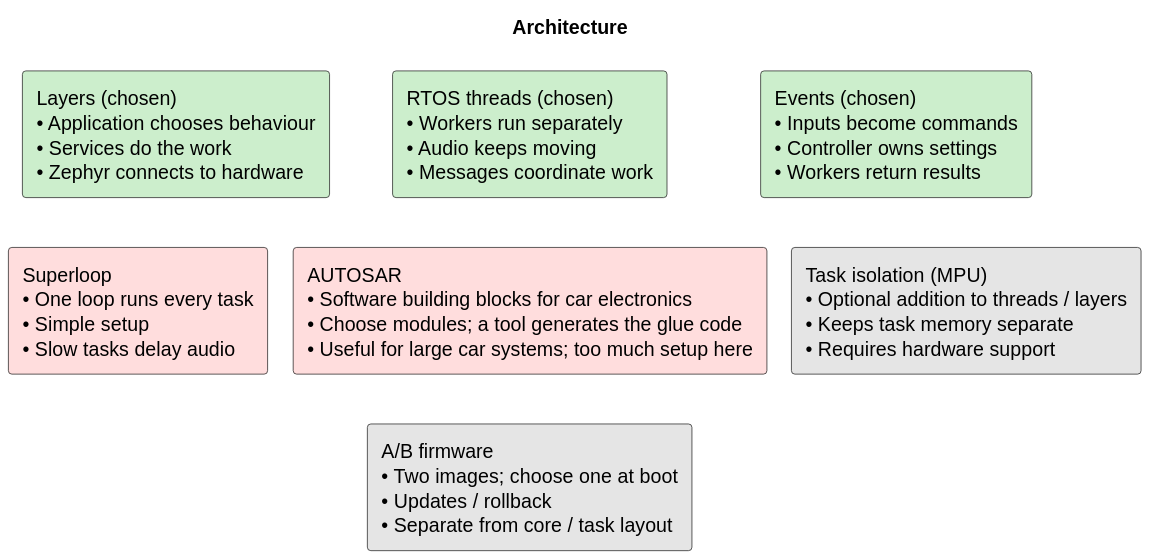
Above: Development/system/architecture/rendered/architecture_choice.svg in DemonicPsychoII/DigitalStethoscope (PlantUML), before the change. Source of this version:
```plantuml
@startuml
!pragma layout smetana
skinparam shadowing false
skinparam component {
 BackgroundColor<<optional>> #EEEEEE
 BorderColor<<optional>> #888888
 FontColor<<optional>> #666666
}
skinparam artifact {
 BackgroundColor<<optional>> #EEEEEE
 BorderColor<<optional>> #888888
 FontColor<<optional>> #666666
}
skinparam componentStyle rectangle
skinparam defaultFontName SansSerif
title Architecture
top to bottom direction
component "Layers (chosen)\n• Application chooses behaviour\n• Services do the work\n• Zephyr connects to hardware" as layers #CCEECC
component "RTOS threads (chosen)\n• Workers run separately\n• Audio keeps moving\n• Messages coordinate work" as rt #CCEECC
component "Events (chosen)\n• Inputs become commands\n• Controller owns settings\n• Workers return results" as events #CCEECC
component "Superloop\n• One loop runs every task\n• Simple setup\n• Slow tasks delay audio" as loop #FFDDDD
component "AUTOSAR\n• Software building blocks for car electronics\n• Choose modules; a tool generates the glue code\n• Useful for large car systems; too much setup here" as auto #FFDDDD
component "Task isolation (MPU)\n• Optional addition to threads / layers\n• Keeps task memory separate\n• Requires hardware support" as mpu #E5E5E5
layers -[hidden]right-> rt
rt -[hidden]right-> events
layers -[hidden]down-> loop
rt -[hidden]down-> auto
events -[hidden]down-> mpu
loop -[hidden]right-> auto
auto -[hidden]right-> mpu
component "A/B firmware\n• Two images; choose one at boot\n• Updates / rollback\n• Separate from core / task layout" as ab #E5E5E5
auto -[hidden]down-> ab
@enduml
```
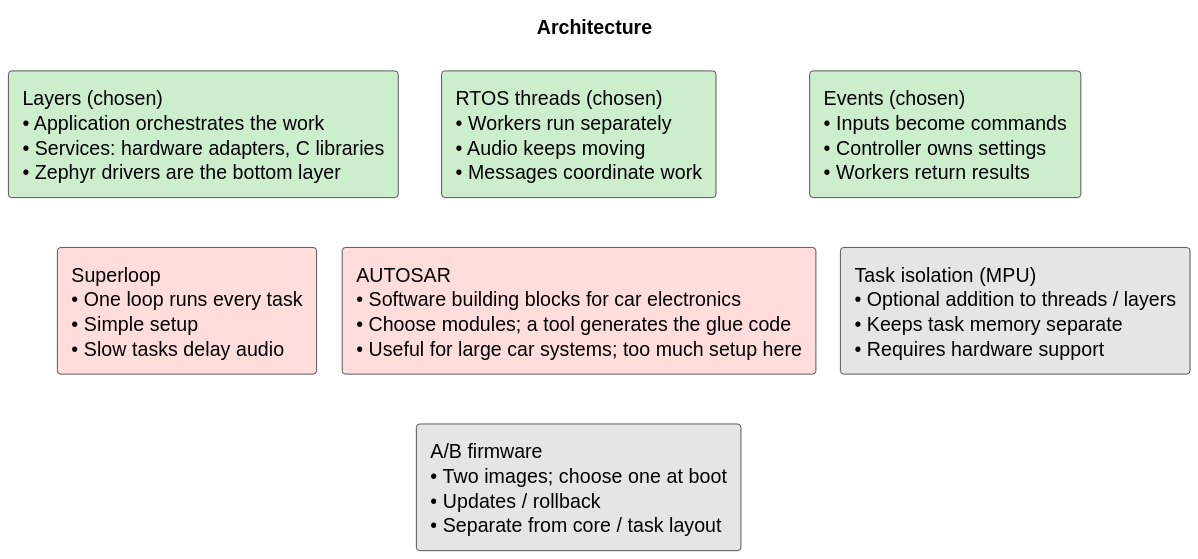
The same diagram one commit later.

Change to the diagram source:
```diff
@@ -15,7 +15,7 @@
 skinparam defaultFontName SansSerif
 title Architecture
 top to bottom direction
-component "Layers (chosen)\n• Application chooses behaviour\n• Services do the work\n• Zephyr connects to hardware" as layers #CCEECC
+component "Layers (chosen)\n• Application orchestrates the work\n• Services: hardware adapters, C libraries\n• Zephyr drivers are the bottom layer" as layers #CCEECC
 component "RTOS threads (chosen)\n• Workers run separately\n• Audio keeps moving\n• Messages coordinate work" as rt #CCEECC
 component "Events (chosen)\n• Inputs become commands\n• Controller owns settings\n• Workers return results" as events #CCEECC
 component "Superloop\n• One loop runs every task\n• Simple setup\n• Slow tasks delay audio" as loop #FFDDDD
```
